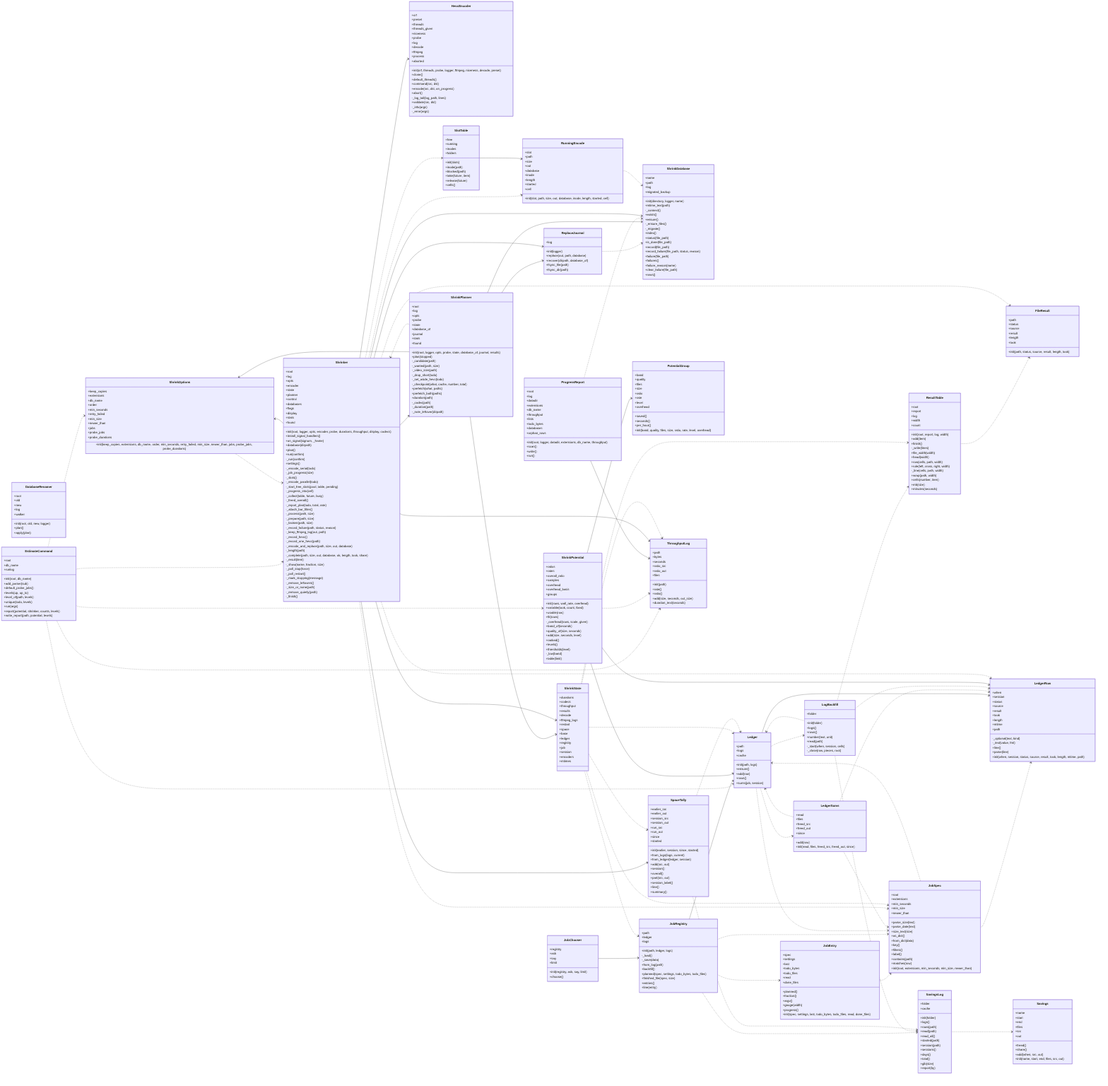
The Mermaid diagram docs/img/uml_shrink.png in peddanet/mediatools, before a commit. Its source is kept beside it as docs/img/uml_shrink.mmd. Its diagram source:
```mermaid
classDiagram
  direction LR
  class ShrinkDatabase {
    +name
    +path
    +log
    +migrated_backup
    +init(directory, logger, name)
    +mtime_text(path)
    -_connect()
    +exists()
    +ensure()
    -_ensure_files()
    -_migrate()
    +index()
    +status(file_path)
    +is_done(file_path)
    +record(file_path)
    +record_failure(file_path, status, reason)
    +failure(file_path)
    +failures()
    +failure_reason(name)
    +clear_failure(file_path)
    +rows()
  }
  class DatabaseRenamer {
    +root
    +old
    +new
    +log
    +walker
    +init(root, old, new, logger)
    +plan()
    +apply(plan)
  }
  class HevcEncoder {
    +crf
    +preset
    +threads
    +threads_given
    +niceness
    +probe
    +log
    +decode
    +ffmpeg
    +process
    +aborted
    +init(crf, threads, probe, logger, ffmpeg, niceness, decode, preset)
    +clone()
    +default_threads()
    +command(src, dst)
    +encode(src, dst, on_progress)
    +abort()
    -_log_tail(log_path, lines)
    +validate(src, dst)
    -_info(args)
    -_error(args)
  }
  class EstimateCommand {
    +root
    +db_name
    +runlog
    +init(root, db_name)
    +add_parser(sub)
    +default_probe_jobs()
    +levels(up, up_to)
    +level_of(path, levels)
    +unique(todo, levels)
    +run(args)
    +report(potential, shrinker, counts, levels)
    +write_report(path, potential, levels)
  }
  class FileResult {
    +path
    +status
    +source
    +result
    +length
    +took
    +init(path, status, source, result, length, took)
  }
  class JobChooser {
    +registry
    +ask
    +say
    +limit
    +init(registry, ask, say, limit)
    +choose()
  }
  class JobEntry {
    +spec
    +settings
    +last
    +todo_bytes
    +todo_files
    +read
    +done_files
    +planned()
    +fraction()
    +argv()
    +gauge(width)
    +progress()
    +init(spec, settings, last, todo_bytes, todo_files, read, done_files)
  }
  class JobRegistry {
    +path
    +ledger
    +logs
    +init(path, ledger, logs)
    -_load()
    -_save(data)
    +from_log(path)
    +backfill()
    +planned(spec, settings, todo_bytes, todo_files)
    +finished_file(spec, size)
    +entries()
    +line(entry)
  }
  class JobSpec {
    +root
    +extensions
    +min_seconds
    +min_size
    +newer_than
    +parse_size(text)
    +parse_date(text)
    +size_text(size)
    +as_dict()
    +from_dict(data)
    +key()
    +filters()
    +label()
    +contains(path)
    +matches(row)
    +init(root, extensions, min_seconds, min_size, newer_than)
  }
  class ReplaceJournal {
    +log
    +init(logger)
    +replace(out, path, database)
    +recover(dirpath, database_of)
    +fsync_file(path)
    +fsync_dir(path)
  }
  class Ledger {
    +path
    +logs
    +cache
    +init(path, logs)
    +ensure()
    +add(row)
    +rows()
    +sums(job, session)
  }
  class LedgerSums {
    +read
    +files
    +freed_src
    +freed_out
    +since
    +add(row)
    +init(read, files, freed_src, freed_out, since)
  }
  class LedgerRow {
    +when
    +session
    +status
    +source
    +result
    +took
    +length
    +mtime
    +path
    -_optional(text, kind)
    -_text(value, fmt)
    +line()
    +parse(line)
    +init(when, session, status, source, result, took, length, mtime, path)
  }
  class LogBackfill {
    +folder
    +init(folder)
    +logs()
    +rows()
    +number(text, unit)
    +read(path)
    -_start(when, session, cells)
    -_close(row, pieces, root)
  }
  class ShrinkOptions {
    +keep_copies
    +extensions
    +db_name
    +order
    +min_seconds
    +retry_failed
    +min_size
    +newer_than
    +jobs
    +probe_jobs
    +probe_durations
    +init(keep_copies, extensions, db_name, order, min_seconds, retry_failed, min_size, newer_than, jobs, probe_jobs, probe_durations)
  }
  class ShrinkPlanner {
    +root
    +log
    +opts
    +probe
    +state
    +database_of
    +journal
    +stats
    +found
    +init(root, logger, opts, probe, state, database_of, journal, results)
    +plan(stopped)
    -_candidate(path)
    -_wanted(path, size)
    -_video_size(path)
    -_drop_short(todo)
    -_set_aside_hevc(todo)
    -_checkpoint(what, cache, number, total)
    +prefetch(what, paths)
    +prefetch_both(paths)
    +duration(path)
    -_codec(path)
    -_duration(path)
    -_note_leftover(dirpath)
  }
  class PotentialGroup {
    +band
    +quality
    +files
    +size
    +ratio
    +rate
    +level
    +overhead
    +saved()
    +seconds()
    +per_hour()
    +init(band, quality, files, size, ratio, rate, level, overhead)
  }
  class ShrinkPotential {
    +ratios
    +rates
    +overall_ratio
    +samples
    +overhead
    +overhead_basis
    +groups
    +init(rows, wall_rate, overhead)
    +variable(took, count, fixed)
    +usable(row)
    +fit(rows)
    -_overhead(rows, scale, given)
    +band_of(seconds)
    +quality_of(size, seconds)
    +add(size, seconds, level)
    +ranked()
    +levels()
    +thresholds(level)
    -_low(band)
    +table(limit)
  }
  class ProgressReport {
    +root
    +log
    +datadir
    +extensions
    +db_name
    +throughput
    +lists
    +todo_bytes
    +databases
    +orphan_rows
    +init(root, logger, datadir, extensions, db_name, throughput)
    +scan()
    +write()
    +run()
  }
  class ResultTable {
    +root
    +report
    +log
    +width
    +count
    +init(root, report, log, width)
    +add(item)
    +finish()
    -_write(lines)
    +file_width(width)
    +head(width)
    +row(cells, path, width)
    +rule(left, cross, right, width)
    -_line(cells, path, width)
    +wrap(path, width)
    +cells(number, item)
    +mb(size)
    +minutes(seconds)
  }
  class Savings {
    +name
    +start
    +end
    +files
    +src
    +out
    +freed()
    +share()
    +add(when, src, out)
    +init(name, start, end, files, src, out)
  }
  class SavingsLog {
    +folder
    +cache
    +init(folder)
    +logs()
    +rows(path)
    +read(path)
    +read_all()
    +started(path)
    +session(path)
    +sessions()
    +days()
    +total()
    +gib(size)
    +report(by)
  }
  class Shrinker {
    +root
    +log
    +opts
    +encoder
    +state
    +planner
    +control
    +databases
    +flags
    +display
    +stats
    +found
    +init(root, logger, opts, encoder, probe, durations, throughput, display, codecs)
    +install_signal_handlers()
    +on_signal(signum, _frame)
    +database(dirpath)
    +plan()
    +run(confirm)
    -_run(confirm)
    +settings()
    -_encode_serial(todo)
    -_job_progress(size)
    -_slots()
    -_encode_parallel(todo)
    -_start_free_slots(pool, table, pending)
    -_progress_into(cell)
    -_collect(table, future, busy)
    -_freed_overall()
    -_report_plan(todo, total, rate)
    -_attach_bar_filter()
    -_process(path, size)
    -_prepare(path, size)
    -_broken(path, size)
    -_record_failure(path, status, reason)
    -_keep_ffmpeg_log(out, path)
    -_record_hevc()
    -_record_one_hevc(path)
    -_encode_and_replace(path, size, out, database)
    -_length(path)
    -_complete(path, size, out, database, ok, length, took, share)
    -_result(item)
    -_show(name, fraction, size)
    -_poll_stop(force)
    -_poll_restart()
    -_mark_stopping(message)
    -_remove_leftovers()
    -_size_or_none(path)
    -_remove_quietly(path)
    -_finish()
  }
  class ShrinkState {
    +durations
    +codecs
    +throughput
    +results
    +decode
    +ffmpeg_logs
    +restart
    +space
    +base
    +ledger
    +registry
    +job
    +session
    +encoders
    +mtimes
  }
  class RunningEncode {
    +slot
    +path
    +size
    +out
    +database
    +inode
    +length
    +started
    +cell
    +init(slot, path, size, out, database, inode, length, started, cell)
  }
  class SlotTable {
    +free
    +running
    +inodes
    +folders
    +init(slots)
    +inode(path)
    +blocked(path)
    +take(future, item)
    +release(future)
    +cells()
  }
  class SpaceTally {
    +earlier_src
    +earlier_out
    +session_src
    +session_out
    +run_src
    +run_out
    +since
    +started
    +init(earlier, session, since, started)
    +from_logs(logs, current)
    +from_ledger(ledger, session)
    +add(src, out)
    +session()
    +overall()
    +part(src, out)
    +session_label()
    +line()
    +summary()
  }
  class ThroughputLog {
    +path
    +bytes
    +seconds
    +ratio_src
    +ratio_out
    +files
    +init(path)
    +rate()
    +ratio()
    +add(size, seconds, out_size)
    +duration_text(seconds)
  }
  EstimateCommand ..> Ledger
  EstimateCommand ..> ShrinkOptions
  EstimateCommand ..> ShrinkPotential
  EstimateCommand ..> Shrinker
  EstimateCommand ..> ThroughputLog
  JobChooser --> JobRegistry
  JobEntry ..> JobSpec
  JobRegistry ..> JobEntry
  JobRegistry ..> JobSpec
  JobRegistry --> Ledger
  JobRegistry ..> SavingsLog
  JobSpec ..> Ledger
  JobSpec ..> LedgerRow
  ReplaceJournal ..> ShrinkDatabase
  Ledger ..> JobSpec
  Ledger --> LedgerRow
  Ledger ..> LedgerSums
  Ledger ..> LogBackfill
  LedgerSums ..> JobSpec
  LedgerSums ..> Ledger
  LedgerSums ..> LedgerRow
  LogBackfill ..> Ledger
  LogBackfill ..> LedgerRow
  LogBackfill ..> ResultTable
  LogBackfill ..> SavingsLog
  ShrinkOptions ..> Shrinker
  ShrinkPlanner --> ReplaceJournal
  ShrinkPlanner --> ShrinkDatabase
  ShrinkPlanner --> ShrinkOptions
  ShrinkPlanner --> ShrinkState
  ShrinkPlanner ..> Shrinker
  ShrinkPotential --> Ledger
  ShrinkPotential --> LedgerRow
  ShrinkPotential --> PotentialGroup
  ShrinkPotential ..> ThroughputLog
  ProgressReport ..> ShrinkDatabase
  ProgressReport --> ThroughputLog
  ResultTable ..> FileResult
  SavingsLog ..> Savings
  Shrinker ..> FileResult
  Shrinker --> HevcEncoder
  Shrinker ..> JobSpec
  Shrinker ..> LedgerRow
  Shrinker --> ReplaceJournal
  Shrinker ..> RunningEncode
  Shrinker --> ShrinkDatabase
  Shrinker --> ShrinkOptions
  Shrinker --> ShrinkPlanner
  Shrinker --> ShrinkState
  Shrinker ..> SlotTable
  Shrinker --> SpaceTally
  Shrinker --> ThroughputLog
  ShrinkState ..> JobRegistry
  ShrinkState ..> JobSpec
  ShrinkState ..> Ledger
  ShrinkState ..> ResultTable
  ShrinkState ..> SpaceTally
  ShrinkState ..> ThroughputLog
  RunningEncode ..> ShrinkDatabase
  SlotTable --> RunningEncode
  SpaceTally ..> Ledger
  SpaceTally ..> SavingsLog
```
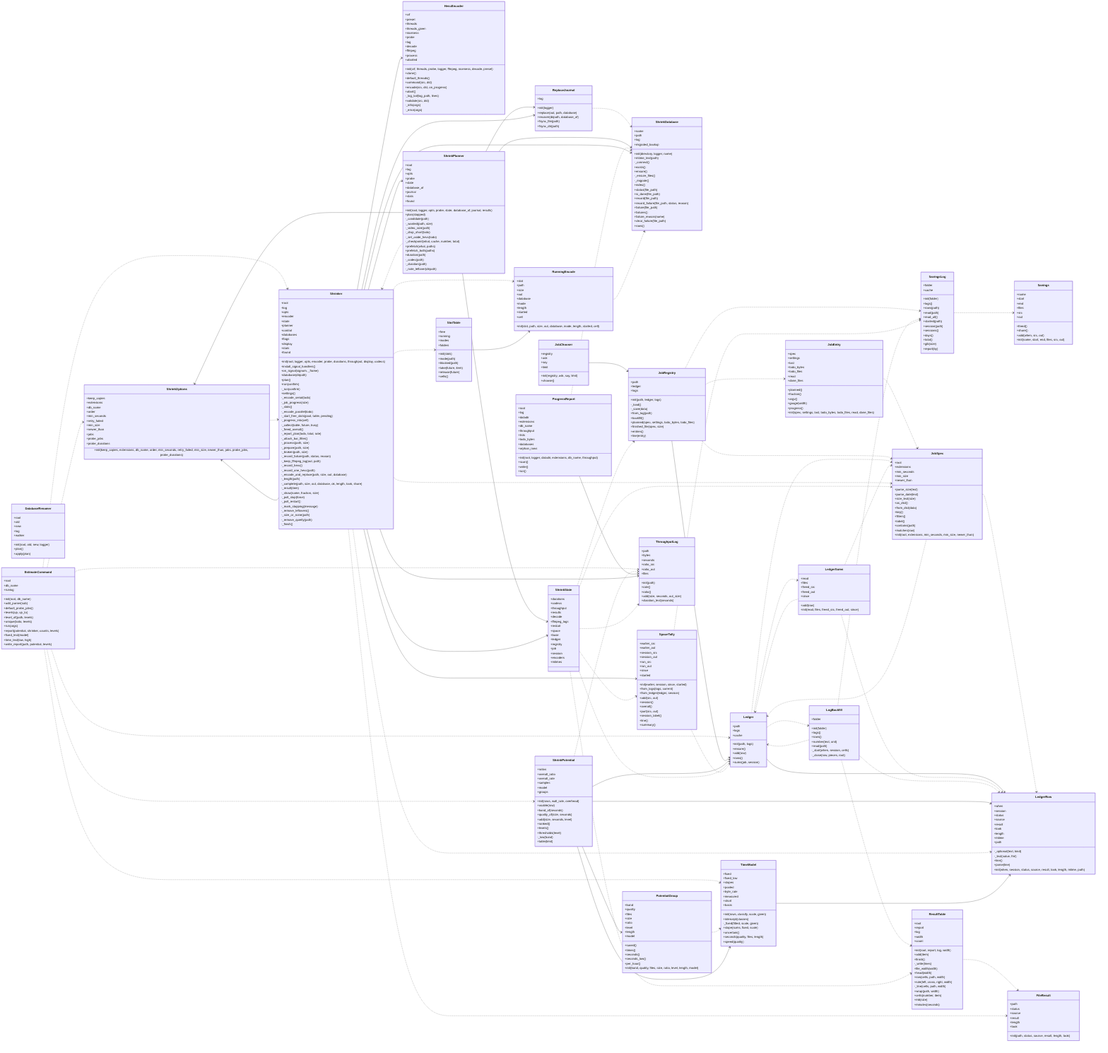
Above is the later version.

What changed in the source:
```diff
@@ -68,6 +68,8 @@
     +unique(todo, levels)
     +run(args)
     +report(potential, shrinker, counts, levels)
+    +fixed_text(model)
+    +time_text(low, high)
     +write_report(path, potential, levels)
   }
   class FileResult {
@@ -232,27 +234,25 @@
     +files
     +size
     +ratio
-    +rate
     +level
-    +overhead
+    +length
+    +model
     +saved()
+    +times()
     +seconds()
+    +seconds_low()
     +per_hour()
-    +init(band, quality, files, size, ratio, rate, level, overhead)
+    +init(band, quality, files, size, ratio, level, length, model)
   }
   class ShrinkPotential {
     +ratios
-    +rates
     +overall_ratio
+    +overall_rate
     +samples
-    +overhead
-    +overhead_basis
+    +model
     +groups
     +init(rows, wall_rate, overhead)
-    +variable(took, count, fixed)
     +usable(row)
-    +fit(rows)
-    -_overhead(rows, scale, given)
     +band_of(seconds)
     +quality_of(size, seconds)
     +add(size, seconds, level)
@@ -451,11 +451,29 @@
     +add(size, seconds, out_size)
     +duration_text(seconds)
   }
+  class TimeModel {
+    +fixed
+    +fixed_low
+    +slopes
+    +pooled
+    +byte_rate
+    +measured
+    +short
+    +basis
+    +init(rows, classify, scale, given)
+    +intercept(classes)
+    -_fixed(fitted, scale, given)
+    +slope(sums, fixed, scale)
+    +uncertain()
+    +seconds(quality, files, length)
+    +speed(quality)
+  }
   EstimateCommand ..> Ledger
   EstimateCommand ..> ShrinkOptions
   EstimateCommand ..> ShrinkPotential
   EstimateCommand ..> Shrinker
   EstimateCommand ..> ThroughputLog
+  EstimateCommand ..> TimeModel
   JobChooser --> JobRegistry
   JobEntry ..> JobSpec
   JobRegistry ..> JobEntry
@@ -482,10 +500,12 @@
   ShrinkPlanner --> ShrinkOptions
   ShrinkPlanner --> ShrinkState
   ShrinkPlanner ..> Shrinker
+  PotentialGroup ..> TimeModel
   ShrinkPotential --> Ledger
   ShrinkPotential --> LedgerRow
   ShrinkPotential --> PotentialGroup
   ShrinkPotential ..> ThroughputLog
+  ShrinkPotential --> TimeModel
   ProgressReport ..> ShrinkDatabase
   ProgressReport --> ThroughputLog
   ResultTable ..> FileResult
@@ -513,3 +533,4 @@
   SlotTable --> RunningEncode
   SpaceTally ..> Ledger
   SpaceTally ..> SavingsLog
+  TimeModel --> LedgerRow
```
